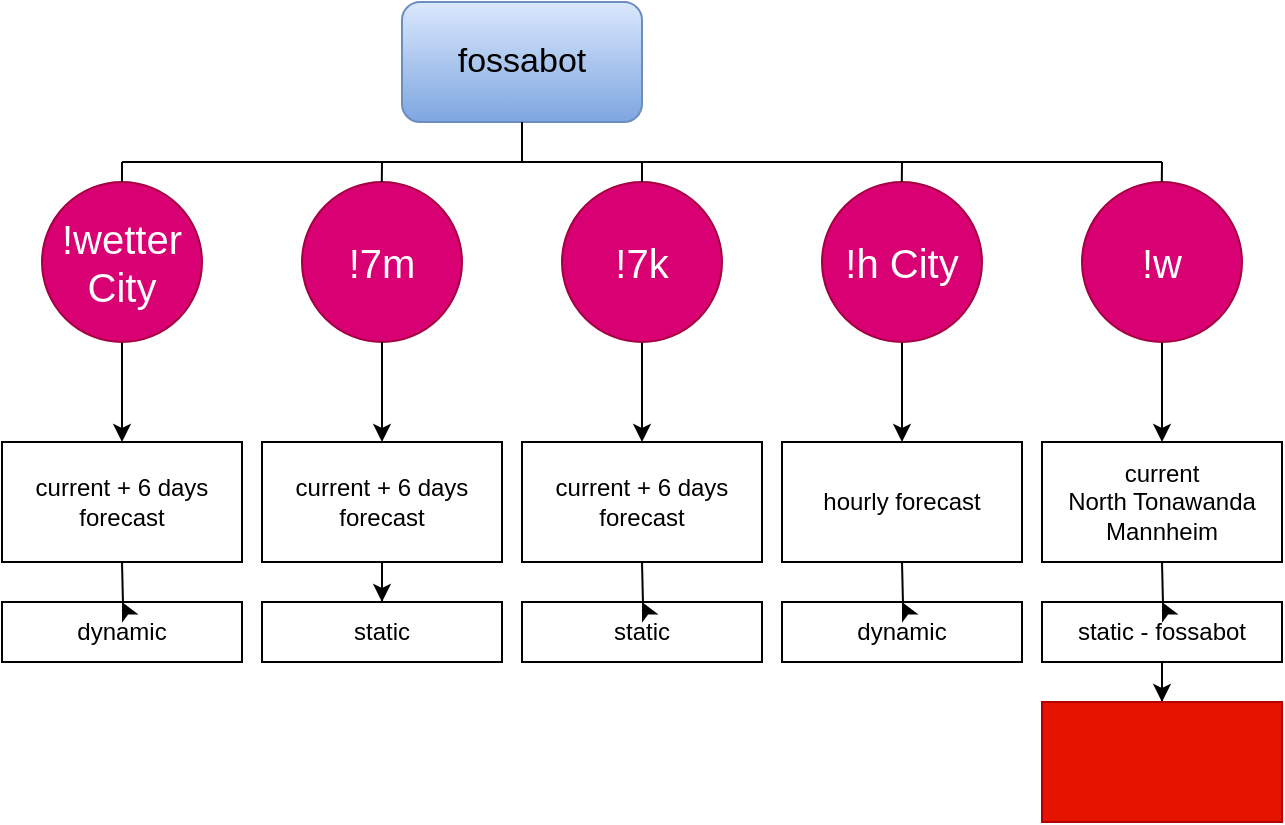
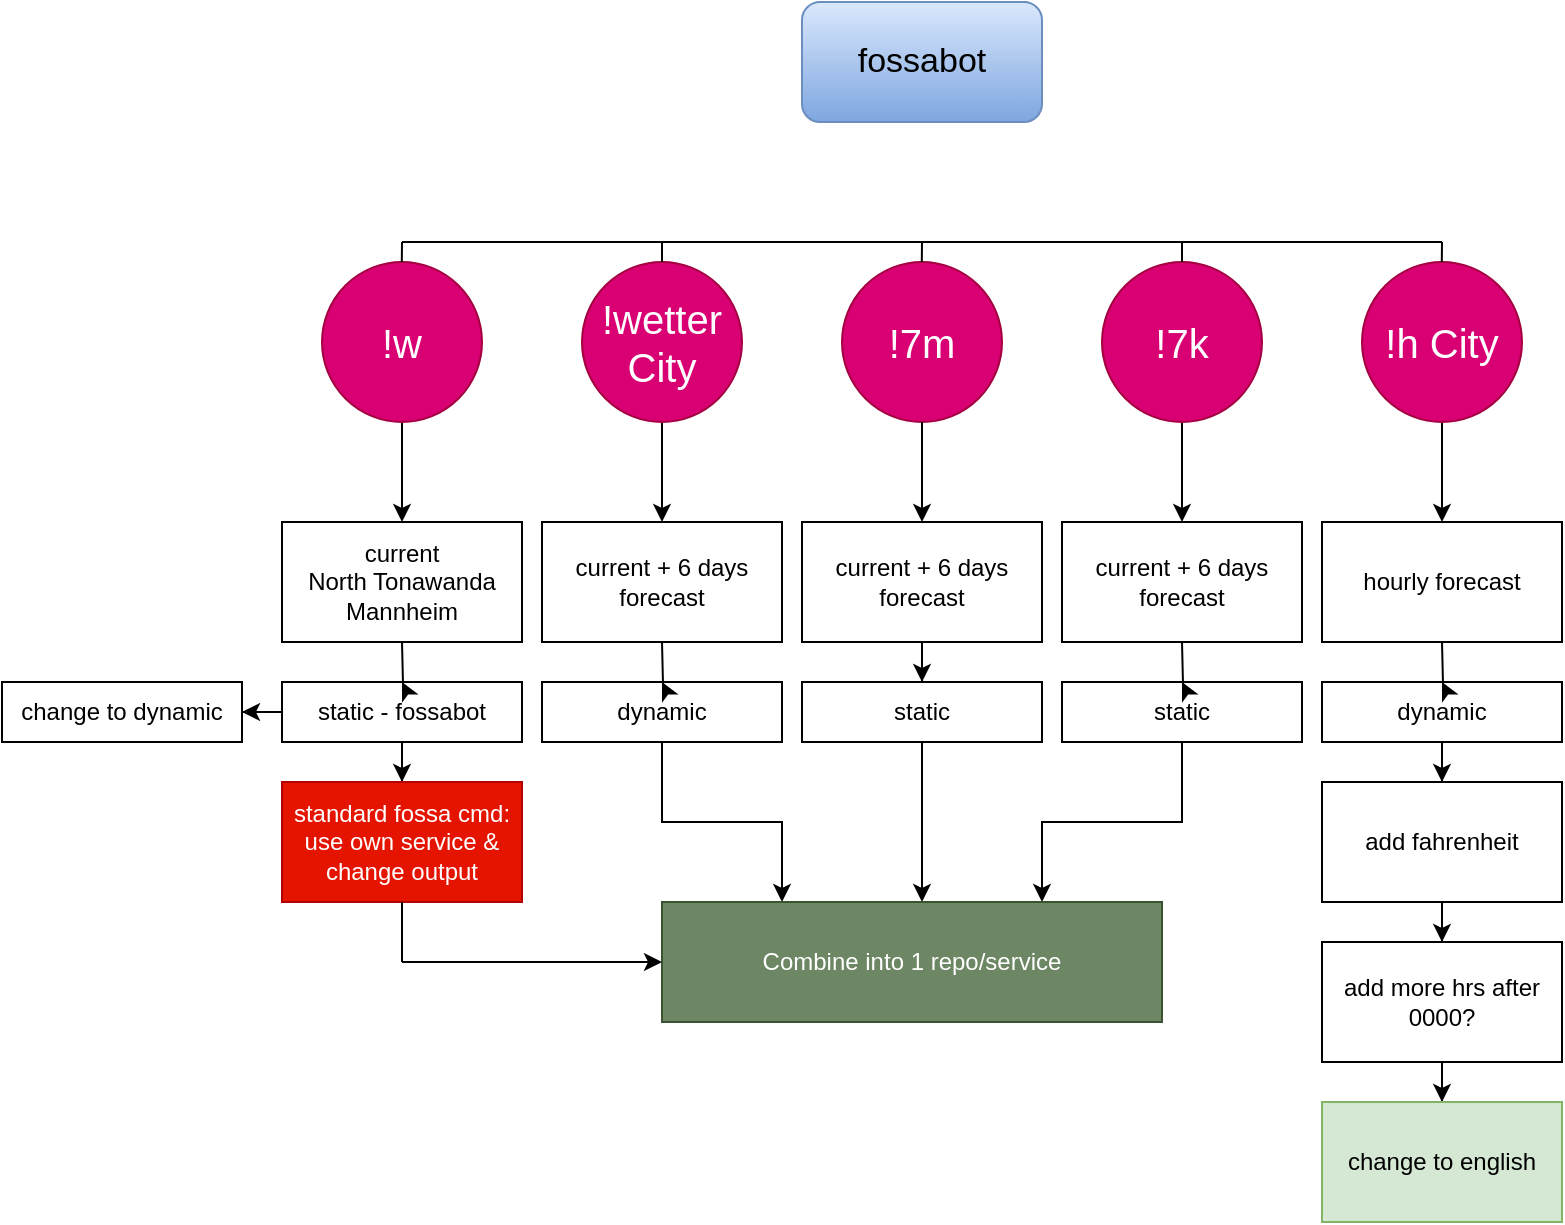
<mxfile host="app.diagrams.net">
  <diagram name="Page-1" id="9VzqXHfPhy3sf3baI-xB">
-     <mxGraphModel dx="867" dy="717" grid="1" gridSize="10" guides="1" tooltips="1" connect="1" arrows="1" fold="1" page="1" pageScale="1" pageWidth="850" pageHeight="1100" math="0" shadow="0">
+     <mxGraphModel dx="1717" dy="717" grid="1" gridSize="10" guides="1" tooltips="1" connect="1" arrows="1" fold="1" page="1" pageScale="1" pageWidth="850" pageHeight="1100" math="0" shadow="0">
      <root>
        <mxCell id="0" />
        <mxCell id="1" parent="0" />
        <mxCell id="s_UMoqTU6THQ3Am6J6Qj-11" connectable="0" parent="1" style="group" value="" vertex="1">
          <mxGeometry height="190" width="120" x="460" y="310" as="geometry" />
        </mxCell>
        <mxCell id="s_UMoqTU6THQ3Am6J6Qj-9" edge="1" parent="s_UMoqTU6THQ3Am6J6Qj-11" source="s_UMoqTU6THQ3Am6J6Qj-7" style="edgeStyle=orthogonalEdgeStyle;rounded=0;orthogonalLoop=1;jettySize=auto;html=1;" value="">
          <mxGeometry relative="1" as="geometry">
            <mxPoint x="60" y="130" as="targetPoint" />
          </mxGeometry>
        </mxCell>
        <mxCell id="s_UMoqTU6THQ3Am6J6Qj-7" parent="s_UMoqTU6THQ3Am6J6Qj-11" style="ellipse;whiteSpace=wrap;html=1;aspect=fixed;fillColor=#d80073;fontColor=#ffffff;strokeColor=#A50040;" value="&lt;font style=&quot;font-size: 20px;&quot;&gt;!7k&lt;/font&gt;" vertex="1">
          <mxGeometry height="80" width="80" x="20" as="geometry" />
        </mxCell>
        <mxCell id="s_UMoqTU6THQ3Am6J6Qj-10" parent="s_UMoqTU6THQ3Am6J6Qj-11" style="rounded=0;whiteSpace=wrap;html=1;" value="current + 6 days forecast" vertex="1">
          <mxGeometry height="60" width="120" y="130" as="geometry" />
        </mxCell>
        <mxCell id="s_UMoqTU6THQ3Am6J6Qj-13" connectable="0" parent="1" style="group" value="" vertex="1">
          <mxGeometry height="190" width="120" x="330" y="310" as="geometry" />
        </mxCell>
        <mxCell id="s_UMoqTU6THQ3Am6J6Qj-2" parent="s_UMoqTU6THQ3Am6J6Qj-13" style="rounded=0;whiteSpace=wrap;html=1;" value="current + 6 days forecast" vertex="1">
          <mxGeometry height="60" width="120" y="130" as="geometry" />
        </mxCell>
        <mxCell id="s_UMoqTU6THQ3Am6J6Qj-12" connectable="0" parent="s_UMoqTU6THQ3Am6J6Qj-13" style="group" value="" vertex="1">
          <mxGeometry height="80" width="80" x="20" as="geometry" />
        </mxCell>
        <mxCell id="s_UMoqTU6THQ3Am6J6Qj-1" parent="s_UMoqTU6THQ3Am6J6Qj-12" style="ellipse;whiteSpace=wrap;html=1;aspect=fixed;fillColor=#d80073;fontColor=#ffffff;strokeColor=#A50040;" value="&lt;font style=&quot;font-size: 20px;&quot;&gt;!7m&lt;/font&gt;" vertex="1">
          <mxGeometry height="80" width="80" as="geometry" />
        </mxCell>
        <mxCell id="s_UMoqTU6THQ3Am6J6Qj-6" edge="1" parent="s_UMoqTU6THQ3Am6J6Qj-13" source="s_UMoqTU6THQ3Am6J6Qj-1" style="edgeStyle=orthogonalEdgeStyle;rounded=0;orthogonalLoop=1;jettySize=auto;html=1;" target="s_UMoqTU6THQ3Am6J6Qj-2" value="">
          <mxGeometry relative="1" as="geometry" />
        </mxCell>
        <mxCell id="s_UMoqTU6THQ3Am6J6Qj-14" connectable="0" parent="1" style="group" value="" vertex="1">
          <mxGeometry height="190" width="120" x="590" y="310" as="geometry" />
        </mxCell>
        <mxCell id="s_UMoqTU6THQ3Am6J6Qj-15" edge="1" parent="s_UMoqTU6THQ3Am6J6Qj-14" source="s_UMoqTU6THQ3Am6J6Qj-16" style="edgeStyle=orthogonalEdgeStyle;rounded=0;orthogonalLoop=1;jettySize=auto;html=1;" value="">
          <mxGeometry relative="1" as="geometry">
            <mxPoint x="60" y="130" as="targetPoint" />
          </mxGeometry>
        </mxCell>
        <mxCell id="s_UMoqTU6THQ3Am6J6Qj-16" parent="s_UMoqTU6THQ3Am6J6Qj-14" style="ellipse;whiteSpace=wrap;html=1;aspect=fixed;fillColor=#d80073;fontColor=#ffffff;strokeColor=#A50040;" value="&lt;font style=&quot;font-size: 20px;&quot;&gt;!h City&lt;/font&gt;" vertex="1">
          <mxGeometry height="80" width="80" x="20" as="geometry" />
        </mxCell>
        <mxCell id="s_UMoqTU6THQ3Am6J6Qj-17" parent="s_UMoqTU6THQ3Am6J6Qj-14" style="rounded=0;whiteSpace=wrap;html=1;" value="hourly forecast" vertex="1">
          <mxGeometry height="60" width="120" y="130" as="geometry" />
        </mxCell>
        <mxCell id="s_UMoqTU6THQ3Am6J6Qj-18" connectable="0" parent="1" style="group" value="" vertex="1">
          <mxGeometry height="190" width="120" x="200" y="310" as="geometry" />
        </mxCell>
        <mxCell id="s_UMoqTU6THQ3Am6J6Qj-19" edge="1" parent="s_UMoqTU6THQ3Am6J6Qj-18" source="s_UMoqTU6THQ3Am6J6Qj-20" style="edgeStyle=orthogonalEdgeStyle;rounded=0;orthogonalLoop=1;jettySize=auto;html=1;" value="">
          <mxGeometry relative="1" as="geometry">
            <mxPoint x="60" y="130" as="targetPoint" />
          </mxGeometry>
        </mxCell>
        <mxCell id="s_UMoqTU6THQ3Am6J6Qj-20" parent="s_UMoqTU6THQ3Am6J6Qj-18" style="ellipse;whiteSpace=wrap;html=1;aspect=fixed;fillColor=#d80073;fontColor=#ffffff;strokeColor=#A50040;" value="&lt;font style=&quot;font-size: 20px;&quot;&gt;!wetter City&lt;/font&gt;" vertex="1">
          <mxGeometry height="80" width="80" x="20" as="geometry" />
        </mxCell>
        <mxCell id="s_UMoqTU6THQ3Am6J6Qj-21" parent="s_UMoqTU6THQ3Am6J6Qj-18" style="rounded=0;whiteSpace=wrap;html=1;" value="current + 6 days forecast" vertex="1">
          <mxGeometry height="60" width="120" y="130" as="geometry" />
        </mxCell>
+         <mxCell id="wv6-X-4x8dGTElKProTv-45" edge="1" parent="1" source="s_UMoqTU6THQ3Am6J6Qj-24" style="edgeStyle=orthogonalEdgeStyle;rounded=0;orthogonalLoop=1;jettySize=auto;html=1;" target="wv6-X-4x8dGTElKProTv-44" value="">
+           <mxGeometry relative="1" as="geometry">
+             <Array as="points">
+               <mxPoint x="390" y="620" />
+               <mxPoint x="390" y="620" />
+             </Array>
+           </mxGeometry>
+         </mxCell>
        <mxCell id="s_UMoqTU6THQ3Am6J6Qj-24" parent="1" style="rounded=0;whiteSpace=wrap;html=1;" value="static" vertex="1">
          <mxGeometry height="30" width="120" x="330" y="520" as="geometry" />
        </mxCell>
        <mxCell id="s_UMoqTU6THQ3Am6J6Qj-25" edge="1" parent="1" source="s_UMoqTU6THQ3Am6J6Qj-2" style="edgeStyle=orthogonalEdgeStyle;rounded=0;orthogonalLoop=1;jettySize=auto;html=1;" target="s_UMoqTU6THQ3Am6J6Qj-24" value="">
          <mxGeometry relative="1" as="geometry" />
        </mxCell>
+         <mxCell id="wv6-X-4x8dGTElKProTv-51" edge="1" parent="1" source="s_UMoqTU6THQ3Am6J6Qj-26" style="edgeStyle=orthogonalEdgeStyle;rounded=0;orthogonalLoop=1;jettySize=auto;html=1;" target="wv6-X-4x8dGTElKProTv-44" value="">
+           <mxGeometry relative="1" as="geometry">
+             <Array as="points">
+               <mxPoint x="260" y="590" />
+               <mxPoint x="320" y="590" />
+             </Array>
+           </mxGeometry>
+         </mxCell>
        <mxCell id="s_UMoqTU6THQ3Am6J6Qj-26" parent="1" style="rounded=0;whiteSpace=wrap;html=1;" value="dynamic" vertex="1">
          <mxGeometry height="30" width="120" x="200" y="520" as="geometry" />
        </mxCell>
        <mxCell id="s_UMoqTU6THQ3Am6J6Qj-27" edge="1" parent="1" style="edgeStyle=orthogonalEdgeStyle;rounded=0;orthogonalLoop=1;jettySize=auto;html=1;" target="s_UMoqTU6THQ3Am6J6Qj-26" value="">
          <mxGeometry relative="1" as="geometry">
            <mxPoint x="260" y="500" as="sourcePoint" />
          </mxGeometry>
        </mxCell>
+         <mxCell id="wv6-X-4x8dGTElKProTv-50" edge="1" parent="1" source="s_UMoqTU6THQ3Am6J6Qj-28" style="edgeStyle=orthogonalEdgeStyle;rounded=0;orthogonalLoop=1;jettySize=auto;html=1;" target="wv6-X-4x8dGTElKProTv-44" value="">
+           <mxGeometry relative="1" as="geometry">
+             <Array as="points">
+               <mxPoint x="520" y="590" />
+               <mxPoint x="450" y="590" />
+             </Array>
+           </mxGeometry>
+         </mxCell>
        <mxCell id="s_UMoqTU6THQ3Am6J6Qj-28" parent="1" style="rounded=0;whiteSpace=wrap;html=1;" value="static" vertex="1">
          <mxGeometry height="30" width="120" x="460" y="520" as="geometry" />
        </mxCell>
        <mxCell id="s_UMoqTU6THQ3Am6J6Qj-29" edge="1" parent="1" style="edgeStyle=orthogonalEdgeStyle;rounded=0;orthogonalLoop=1;jettySize=auto;html=1;" target="s_UMoqTU6THQ3Am6J6Qj-28" value="">
          <mxGeometry relative="1" as="geometry">
            <mxPoint x="520" y="500" as="sourcePoint" />
          </mxGeometry>
        </mxCell>
+         <mxCell id="wv6-X-4x8dGTElKProTv-53" edge="1" parent="1" source="s_UMoqTU6THQ3Am6J6Qj-30" style="edgeStyle=orthogonalEdgeStyle;rounded=0;orthogonalLoop=1;jettySize=auto;html=1;" target="wv6-X-4x8dGTElKProTv-52" value="">
+           <mxGeometry relative="1" as="geometry" />
+         </mxCell>
        <mxCell id="s_UMoqTU6THQ3Am6J6Qj-30" parent="1" style="rounded=0;whiteSpace=wrap;html=1;" value="dynamic" vertex="1">
          <mxGeometry height="30" width="120" x="590" y="520" as="geometry" />
        </mxCell>
        <mxCell id="s_UMoqTU6THQ3Am6J6Qj-31" edge="1" parent="1" style="edgeStyle=orthogonalEdgeStyle;rounded=0;orthogonalLoop=1;jettySize=auto;html=1;" target="s_UMoqTU6THQ3Am6J6Qj-30" value="">
          <mxGeometry relative="1" as="geometry">
            <mxPoint x="650" y="500" as="sourcePoint" />
          </mxGeometry>
        </mxCell>
        <mxCell id="wv6-X-4x8dGTElKProTv-1" parent="1" style="rounded=1;whiteSpace=wrap;html=1;fillColor=#dae8fc;strokeColor=#6c8ebf;gradientColor=#7ea6e0;fontColor=light-dark(#000000,#CCFF99);fontSize=17;" value="fossabot" vertex="1">
-           <mxGeometry height="60" width="120" x="400" y="220" as="geometry" />
+           <mxGeometry height="60" width="120" x="330" y="180" as="geometry" />
        </mxCell>
        <mxCell id="wv6-X-4x8dGTElKProTv-15" edge="1" parent="1" style="endArrow=none;html=1;rounded=0;" value="">
          <mxGeometry height="50" relative="1" width="50" as="geometry">
-             <mxPoint x="260" y="300" as="sourcePoint" />
-             <mxPoint x="780" y="300" as="targetPoint" />
+             <mxPoint x="130" y="300" as="sourcePoint" />
+             <mxPoint x="650" y="300" as="targetPoint" />
          </mxGeometry>
        </mxCell>
        <mxCell id="wv6-X-4x8dGTElKProTv-18" edge="1" parent="1" source="s_UMoqTU6THQ3Am6J6Qj-20" style="endArrow=none;html=1;rounded=0;exitX=0.5;exitY=0;exitDx=0;exitDy=0;" value="">
          <mxGeometry height="50" relative="1" width="50" as="geometry">
            <mxPoint x="450" y="320" as="sourcePoint" />
            <mxPoint x="260" y="300" as="targetPoint" />
          </mxGeometry>
        </mxCell>
        <mxCell id="wv6-X-4x8dGTElKProTv-19" edge="1" parent="1" style="endArrow=none;html=1;rounded=0;exitX=0.5;exitY=0;exitDx=0;exitDy=0;" value="">
          <mxGeometry height="50" relative="1" width="50" as="geometry">
            <mxPoint x="389.9" y="310" as="sourcePoint" />
            <mxPoint x="390" y="300" as="targetPoint" />
          </mxGeometry>
        </mxCell>
        <mxCell id="wv6-X-4x8dGTElKProTv-20" edge="1" parent="1" style="endArrow=none;html=1;rounded=0;exitX=0.5;exitY=0;exitDx=0;exitDy=0;" value="">
          <mxGeometry height="50" relative="1" width="50" as="geometry">
            <mxPoint x="520" y="310" as="sourcePoint" />
            <mxPoint x="520" y="300" as="targetPoint" />
          </mxGeometry>
        </mxCell>
        <mxCell id="wv6-X-4x8dGTElKProTv-21" edge="1" parent="1" style="endArrow=none;html=1;rounded=0;exitX=0.5;exitY=0;exitDx=0;exitDy=0;" value="">
          <mxGeometry height="50" relative="1" width="50" as="geometry">
            <mxPoint x="649.9" y="310" as="sourcePoint" />
            <mxPoint x="650" y="300" as="targetPoint" />
          </mxGeometry>
        </mxCell>
-         <mxCell id="wv6-X-4x8dGTElKProTv-22" edge="1" parent="1" style="endArrow=none;html=1;rounded=0;" value="">
-           <mxGeometry height="50" relative="1" width="50" as="geometry">
-             <mxPoint x="460" y="300" as="sourcePoint" />
-             <mxPoint x="460" y="280" as="targetPoint" />
-           </mxGeometry>
-         </mxCell>
        <mxCell id="wv6-X-4x8dGTElKProTv-27" connectable="0" parent="1" style="group" value="" vertex="1">
-           <mxGeometry height="190" width="120" x="720" y="310" as="geometry" />
+           <mxGeometry height="190" width="120" x="70" y="310" as="geometry" />
        </mxCell>
        <mxCell id="wv6-X-4x8dGTElKProTv-28" edge="1" parent="wv6-X-4x8dGTElKProTv-27" source="wv6-X-4x8dGTElKProTv-29" style="edgeStyle=orthogonalEdgeStyle;rounded=0;orthogonalLoop=1;jettySize=auto;html=1;" value="">
          <mxGeometry relative="1" as="geometry">
            <mxPoint x="60" y="130" as="targetPoint" />
          </mxGeometry>
        </mxCell>
        <mxCell id="wv6-X-4x8dGTElKProTv-29" parent="wv6-X-4x8dGTElKProTv-27" style="ellipse;whiteSpace=wrap;html=1;aspect=fixed;fillColor=#d80073;fontColor=#ffffff;strokeColor=#A50040;" value="&lt;font style=&quot;font-size: 20px;&quot;&gt;!w&lt;/font&gt;" vertex="1">
          <mxGeometry height="80" width="80" x="20" as="geometry" />
        </mxCell>
        <mxCell id="wv6-X-4x8dGTElKProTv-30" parent="wv6-X-4x8dGTElKProTv-27" style="rounded=0;whiteSpace=wrap;html=1;" value="&lt;div&gt;current&lt;/div&gt;&lt;div&gt;North Tonawanda&lt;/div&gt;&lt;div&gt;Mannheim&lt;/div&gt;" vertex="1">
          <mxGeometry height="60" width="120" y="130" as="geometry" />
        </mxCell>
        <mxCell id="wv6-X-4x8dGTElKProTv-43" edge="1" parent="1" source="wv6-X-4x8dGTElKProTv-31" style="edgeStyle=orthogonalEdgeStyle;rounded=0;orthogonalLoop=1;jettySize=auto;html=1;" target="wv6-X-4x8dGTElKProTv-42" value="">
          <mxGeometry relative="1" as="geometry" />
        </mxCell>
+         <mxCell id="wv6-X-4x8dGTElKProTv-72" edge="1" parent="1" source="wv6-X-4x8dGTElKProTv-31" style="edgeStyle=orthogonalEdgeStyle;rounded=0;orthogonalLoop=1;jettySize=auto;html=1;" target="wv6-X-4x8dGTElKProTv-71" value="">
+           <mxGeometry relative="1" as="geometry" />
+         </mxCell>
        <mxCell id="wv6-X-4x8dGTElKProTv-31" parent="1" style="rounded=0;whiteSpace=wrap;html=1;" value="static - fossabot" vertex="1">
-           <mxGeometry height="30" width="120" x="720" y="520" as="geometry" />
+           <mxGeometry height="30" width="120" x="70" y="520" as="geometry" />
        </mxCell>
        <mxCell id="wv6-X-4x8dGTElKProTv-32" edge="1" parent="1" style="edgeStyle=orthogonalEdgeStyle;rounded=0;orthogonalLoop=1;jettySize=auto;html=1;" target="wv6-X-4x8dGTElKProTv-31" value="">
          <mxGeometry relative="1" as="geometry">
-             <mxPoint x="780" y="500" as="sourcePoint" />
+             <mxPoint x="130" y="500" as="sourcePoint" />
          </mxGeometry>
        </mxCell>
        <mxCell id="wv6-X-4x8dGTElKProTv-33" edge="1" parent="1" style="endArrow=none;html=1;rounded=0;exitX=0.5;exitY=0;exitDx=0;exitDy=0;" value="">
          <mxGeometry height="50" relative="1" width="50" as="geometry">
-             <mxPoint x="779.9" y="310" as="sourcePoint" />
-             <mxPoint x="780" y="300" as="targetPoint" />
-           </mxGeometry>
-         </mxCell>
-         <mxCell id="wv6-X-4x8dGTElKProTv-42" parent="1" style="whiteSpace=wrap;html=1;rounded=0;fillColor=#e51400;strokeColor=#B20000;fontColor=#ffffff;" value="" vertex="1">
-           <mxGeometry height="60" width="120" x="720" y="570" as="geometry" />
+             <mxPoint x="129.89999999999998" y="310" as="sourcePoint" />
+             <mxPoint x="130" y="300" as="targetPoint" />
+           </mxGeometry>
+         </mxCell>
+         <mxCell id="wv6-X-4x8dGTElKProTv-42" parent="1" style="whiteSpace=wrap;html=1;rounded=0;fillColor=#e51400;strokeColor=#B20000;fontColor=#ffffff;" value="standard fossa cmd: use own service &amp;amp; change output" vertex="1">
+           <mxGeometry height="60" width="120" x="70" y="570" as="geometry" />
+         </mxCell>
+         <mxCell id="wv6-X-4x8dGTElKProTv-44" parent="1" style="rounded=0;whiteSpace=wrap;html=1;fillColor=#6d8764;fontColor=#ffffff;strokeColor=#3A5431;" value="Combine into 1 repo/service" vertex="1">
+           <mxGeometry height="60" width="250" x="260" y="630" as="geometry" />
+         </mxCell>
+         <mxCell id="wv6-X-4x8dGTElKProTv-55" edge="1" parent="1" source="wv6-X-4x8dGTElKProTv-52" style="edgeStyle=orthogonalEdgeStyle;rounded=0;orthogonalLoop=1;jettySize=auto;html=1;" target="wv6-X-4x8dGTElKProTv-54" value="">
+           <mxGeometry relative="1" as="geometry" />
+         </mxCell>
+         <mxCell id="wv6-X-4x8dGTElKProTv-52" parent="1" style="rounded=0;whiteSpace=wrap;html=1;" value="add fahrenheit" vertex="1">
+           <mxGeometry height="60" width="120" x="590" y="570" as="geometry" />
+         </mxCell>
+         <mxCell id="wv6-X-4x8dGTElKProTv-61" edge="1" parent="1" source="wv6-X-4x8dGTElKProTv-54" style="edgeStyle=orthogonalEdgeStyle;rounded=0;orthogonalLoop=1;jettySize=auto;html=1;" target="wv6-X-4x8dGTElKProTv-60" value="">
+           <mxGeometry relative="1" as="geometry" />
+         </mxCell>
+         <mxCell id="wv6-X-4x8dGTElKProTv-54" parent="1" style="rounded=0;whiteSpace=wrap;html=1;" value="add more hrs after 0000?" vertex="1">
+           <mxGeometry height="60" width="120" x="590" y="650" as="geometry" />
+         </mxCell>
+         <mxCell id="wv6-X-4x8dGTElKProTv-60" parent="1" style="rounded=0;whiteSpace=wrap;html=1;fillColor=light-dark(#D5E8D4,#FF0000);strokeColor=#82b366;fontColor=light-dark(#000000,#0000CC);" value="change to english" vertex="1">
+           <mxGeometry height="60" width="120" x="590" y="730" as="geometry" />
+         </mxCell>
+         <mxCell id="wv6-X-4x8dGTElKProTv-68" edge="1" parent="1" style="edgeStyle=orthogonalEdgeStyle;rounded=0;orthogonalLoop=1;jettySize=auto;html=1;exitX=0.5;exitY=1;exitDx=0;exitDy=0;">
+           <mxGeometry relative="1" as="geometry">
+             <mxPoint x="-25" y="550" as="sourcePoint" />
+             <mxPoint x="-25" y="550" as="targetPoint" />
+           </mxGeometry>
+         </mxCell>
+         <mxCell id="wv6-X-4x8dGTElKProTv-71" parent="1" style="rounded=0;whiteSpace=wrap;html=1;" value="change to dynamic" vertex="1">
+           <mxGeometry height="30" width="120" x="-70" y="520" as="geometry" />
+         </mxCell>
+         <mxCell id="wv6-X-4x8dGTElKProTv-74" edge="1" parent="1" style="endArrow=none;html=1;rounded=0;entryX=0.5;entryY=1;entryDx=0;entryDy=0;" target="wv6-X-4x8dGTElKProTv-42" value="">
+           <mxGeometry height="50" relative="1" width="50" as="geometry">
+             <mxPoint x="130" y="660" as="sourcePoint" />
+             <mxPoint x="140" y="680" as="targetPoint" />
+           </mxGeometry>
+         </mxCell>
+         <mxCell id="wv6-X-4x8dGTElKProTv-75" edge="1" parent="1" style="endArrow=classic;html=1;rounded=0;startArrow=none;startFill=0;endFill=1;entryX=0;entryY=0.5;entryDx=0;entryDy=0;" target="wv6-X-4x8dGTElKProTv-44" value="">
+           <mxGeometry height="50" relative="1" width="50" as="geometry">
+             <mxPoint x="130" y="660" as="sourcePoint" />
+             <mxPoint x="210" y="660" as="targetPoint" />
+           </mxGeometry>
        </mxCell>
      </root>
    </mxGraphModel>
  </diagram>
</mxfile>
